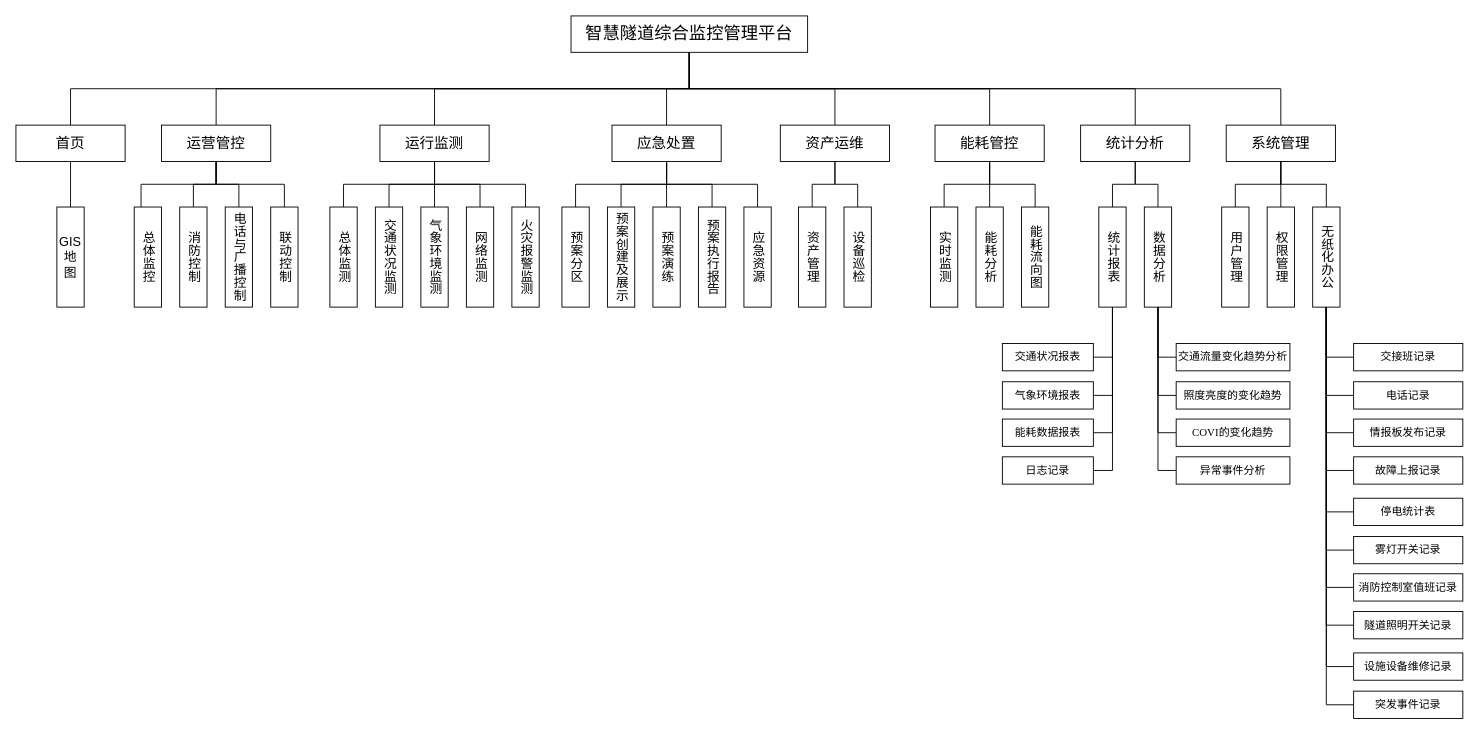
Above: 智慧隧道功能图.drawio in kerwin58/drawio (draw.io), before the change. Source tidied: cells renumbered, new cells numbered last; positions are measured from the earlier drawing's top-left corner, leaving out a move shared by most shapes. Both pictures are drawn from the tidied source at 91%, with x=0, y=0 at pixel (15, 15).
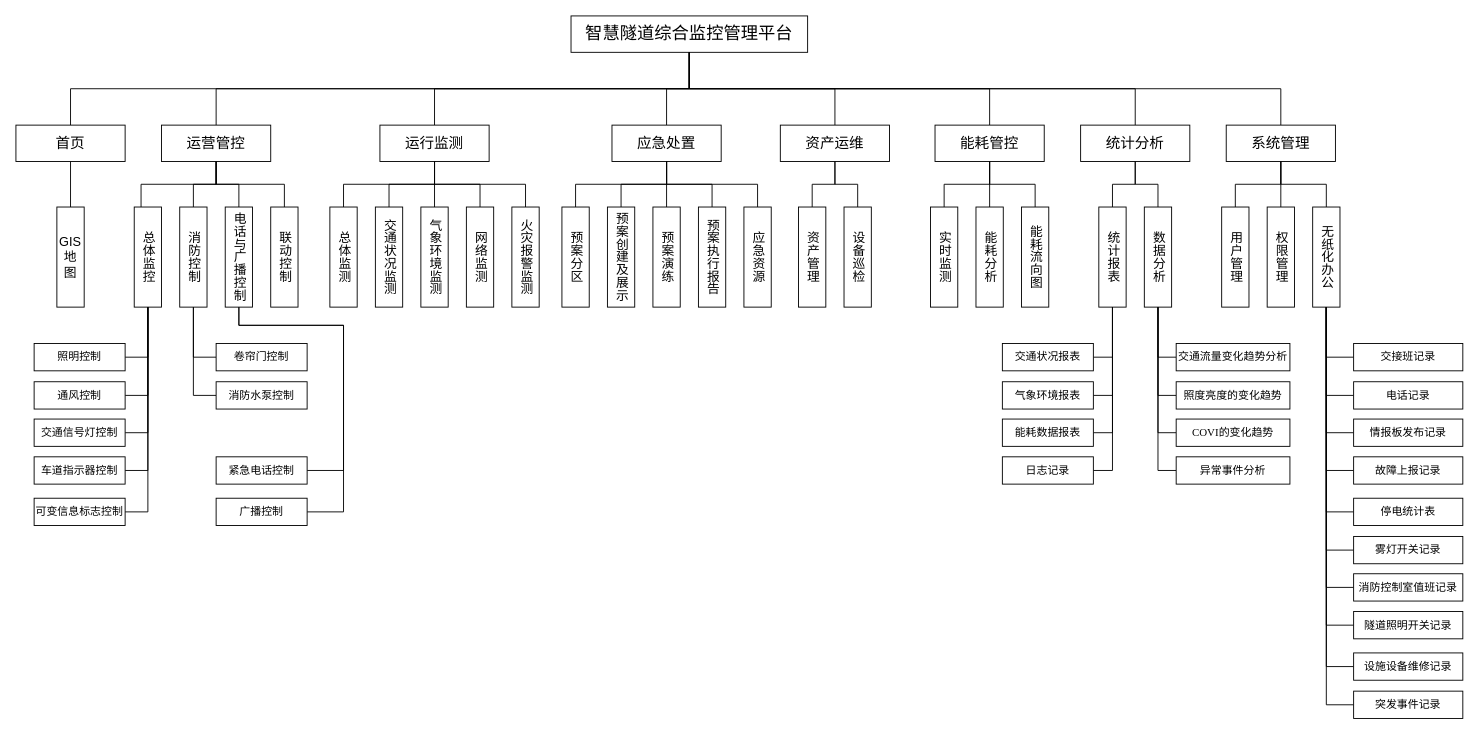
Above is the later version.

Commit message:
更新智慧隧道功能图.drawio

The change refers to these unchanged cells:
```xml
<mxCell id="22" value="&lt;span style=&quot;font-size: 14px;&quot;&gt;总体监控&lt;/span&gt;" style="rounded=0;whiteSpace=wrap;html=1;horizontal=1;verticalAlign=middle;textDirection=vertical-lr;" parent="1" vertex="1">
  <mxGeometry x="130" y="210" width="30" height="110" as="geometry" />
</mxCell>
<mxCell id="24" value="&lt;span style=&quot;font-size: 14px;&quot;&gt;消防控制&lt;/span&gt;" style="rounded=0;whiteSpace=wrap;html=1;horizontal=1;verticalAlign=middle;textDirection=vertical-lr;" parent="1" vertex="1">
  <mxGeometry x="180" y="210" width="30" height="110" as="geometry" />
</mxCell>
<mxCell id="26" value="&lt;span style=&quot;font-size: 14px;&quot;&gt;电话与广播控制&lt;/span&gt;" style="rounded=0;whiteSpace=wrap;html=1;horizontal=1;verticalAlign=middle;textDirection=vertical-lr;" parent="1" vertex="1">
  <mxGeometry x="230" y="210" width="30" height="110" as="geometry" />
</mxCell>
```

Change to the diagram source:
```diff
@@
+    <mxCell id="105" style="edgeStyle=orthogonalEdgeStyle;rounded=0;jettySize=auto;html=1;entryX=0.5;entryY=1;entryDx=0;entryDy=0;endArrow=none;endFill=0;" parent="1" edge="1" source="106" target="22">
+      <mxGeometry relative="1" as="geometry" />
+    </mxCell>
+    <mxCell id="106" value="&lt;div style=&quot;text-align: start;&quot;&gt;&lt;span style=&quot;background-color: transparent; color: light-dark(rgb(0, 0, 0), rgb(255, 255, 255));&quot;&gt;&lt;font face=&quot;宋体&quot;&gt;照明控制&lt;/font&gt;&lt;/span&gt;&lt;/div&gt;" style="rounded=0;whiteSpace=wrap;html=1;fontSize=12;" parent="1" vertex="1">
+      <mxGeometry x="20" y="360" width="100" height="30" as="geometry" />
+    </mxCell>
+    <mxCell id="107" style="edgeStyle=orthogonalEdgeStyle;rounded=0;jettySize=auto;html=1;entryX=0.5;entryY=1;entryDx=0;entryDy=0;endArrow=none;endFill=0;" parent="1" edge="1" source="108" target="22">
+      <mxGeometry relative="1" as="geometry" />
+    </mxCell>
+    <mxCell id="108" value="&lt;span style=&quot;text-align: start; font-family: 宋体;&quot;&gt;&lt;font&gt;通风控制&lt;/font&gt;&lt;/span&gt;" style="rounded=0;whiteSpace=wrap;html=1;fontSize=12;" parent="1" vertex="1">
+      <mxGeometry x="20" y="402" width="100" height="30" as="geometry" />
+    </mxCell>
+    <mxCell id="109" style="edgeStyle=orthogonalEdgeStyle;rounded=0;jettySize=auto;html=1;entryX=0.5;entryY=1;entryDx=0;entryDy=0;endArrow=none;endFill=0;" parent="1" edge="1" source="110" target="22">
+      <mxGeometry relative="1" as="geometry" />
+    </mxCell>
+    <mxCell id="110" value="&lt;span style=&quot;text-align: start; font-family: 宋体;&quot;&gt;&lt;font&gt;交通信号灯控制&lt;/font&gt;&lt;/span&gt;" style="rounded=0;whiteSpace=wrap;html=1;fontSize=12;" parent="1" vertex="1">
+      <mxGeometry x="20" y="443" width="100" height="30" as="geometry" />
+    </mxCell>
+    <mxCell id="111" style="edgeStyle=orthogonalEdgeStyle;rounded=0;jettySize=auto;html=1;entryX=0.5;entryY=1;entryDx=0;entryDy=0;endArrow=none;endFill=0;" parent="1" edge="1" source="112" target="22">
+      <mxGeometry relative="1" as="geometry" />
+    </mxCell>
+    <mxCell id="112" value="&lt;span style=&quot;text-align: start; font-family: 宋体;&quot;&gt;&lt;font&gt;车道指示器控制&lt;/font&gt;&lt;/span&gt;" style="rounded=0;whiteSpace=wrap;html=1;fontSize=12;" parent="1" vertex="1">
+      <mxGeometry x="20" y="484.5" width="100" height="30" as="geometry" />
+    </mxCell>
+    <mxCell id="113" style="edgeStyle=orthogonalEdgeStyle;rounded=0;jettySize=auto;html=1;entryX=0.5;entryY=1;entryDx=0;entryDy=0;exitX=1;exitY=0.5;exitDx=0;exitDy=0;endArrow=none;endFill=0;" parent="1" edge="1" source="114" target="22">
+      <mxGeometry relative="1" as="geometry" />
+    </mxCell>
+    <mxCell id="114" value="&lt;span style=&quot;text-align: start; font-family: 宋体;&quot;&gt;&lt;font&gt;可变信息标志控制&lt;/font&gt;&lt;/span&gt;" style="rounded=0;whiteSpace=wrap;html=1;fontSize=12;" parent="1" vertex="1">
+      <mxGeometry x="20" y="530" width="100" height="30" as="geometry" />
+    </mxCell>
+    <mxCell id="115" style="edgeStyle=orthogonalEdgeStyle;rounded=0;jettySize=auto;html=1;entryX=0.5;entryY=1;entryDx=0;entryDy=0;endArrow=none;endFill=0;" parent="1" edge="1" source="116" target="24">
+      <mxGeometry relative="1" as="geometry" />
+    </mxCell>
+    <mxCell id="116" value="&lt;div style=&quot;text-align: start;&quot;&gt;&lt;span style=&quot;background-color: transparent; color: light-dark(rgb(0, 0, 0), rgb(255, 255, 255));&quot;&gt;&lt;font face=&quot;宋体&quot;&gt;卷帘门控制&lt;/font&gt;&lt;/span&gt;&lt;/div&gt;" style="rounded=0;whiteSpace=wrap;html=1;fontSize=12;" parent="1" vertex="1">
+      <mxGeometry x="220" y="360" width="100" height="30" as="geometry" />
+    </mxCell>
+    <mxCell id="117" style="edgeStyle=orthogonalEdgeStyle;rounded=0;jettySize=auto;html=1;entryX=0.5;entryY=1;entryDx=0;entryDy=0;endArrow=none;endFill=0;" parent="1" edge="1" source="118" target="24">
+      <mxGeometry relative="1" as="geometry" />
+    </mxCell>
+    <mxCell id="118" value="&lt;span style=&quot;text-align: start; font-family: 宋体;&quot;&gt;&lt;font&gt;消防水泵控制&lt;/font&gt;&lt;/span&gt;" style="rounded=0;whiteSpace=wrap;html=1;fontSize=12;" parent="1" vertex="1">
+      <mxGeometry x="220" y="402" width="100" height="30" as="geometry" />
+    </mxCell>
+    <mxCell id="119" style="edgeStyle=orthogonalEdgeStyle;rounded=0;jettySize=auto;html=1;entryX=0.5;entryY=1;entryDx=0;entryDy=0;exitX=1;exitY=0.5;exitDx=0;exitDy=0;endArrow=none;endFill=0;" parent="1" edge="1" source="120" target="26">
+      <mxGeometry relative="1" as="geometry">
+        <Array as="points">
+          <mxPoint x="360" y="500" />
+          <mxPoint x="360" y="340" />
+          <mxPoint x="245" y="340" />
+        </Array>
+      </mxGeometry>
+    </mxCell>
+    <mxCell id="120" value="&lt;span style=&quot;text-align: start; font-family: 宋体;&quot;&gt;&lt;font&gt;紧急电话控制&lt;/font&gt;&lt;/span&gt;" style="rounded=0;whiteSpace=wrap;html=1;fontSize=12;" parent="1" vertex="1">
+      <mxGeometry x="220" y="484.5" width="100" height="30" as="geometry" />
+    </mxCell>
+    <mxCell id="121" style="edgeStyle=orthogonalEdgeStyle;rounded=0;jettySize=auto;html=1;entryX=0.5;entryY=1;entryDx=0;entryDy=0;endArrow=none;endFill=0;" parent="1" edge="1" source="122" target="26">
+      <mxGeometry relative="1" as="geometry">
+        <Array as="points">
+          <mxPoint x="360" y="545" />
+          <mxPoint x="360" y="340" />
+          <mxPoint x="245" y="340" />
+        </Array>
+      </mxGeometry>
+    </mxCell>
+    <mxCell id="122" value="&lt;span style=&quot;text-align: start; font-family: 宋体;&quot;&gt;&lt;font&gt;广播控制&lt;/font&gt;&lt;/span&gt;" style="rounded=0;whiteSpace=wrap;html=1;fontSize=12;" parent="1" vertex="1">
+      <mxGeometry x="220" y="530" width="100" height="30" as="geometry" />
+    </mxCell>
```
